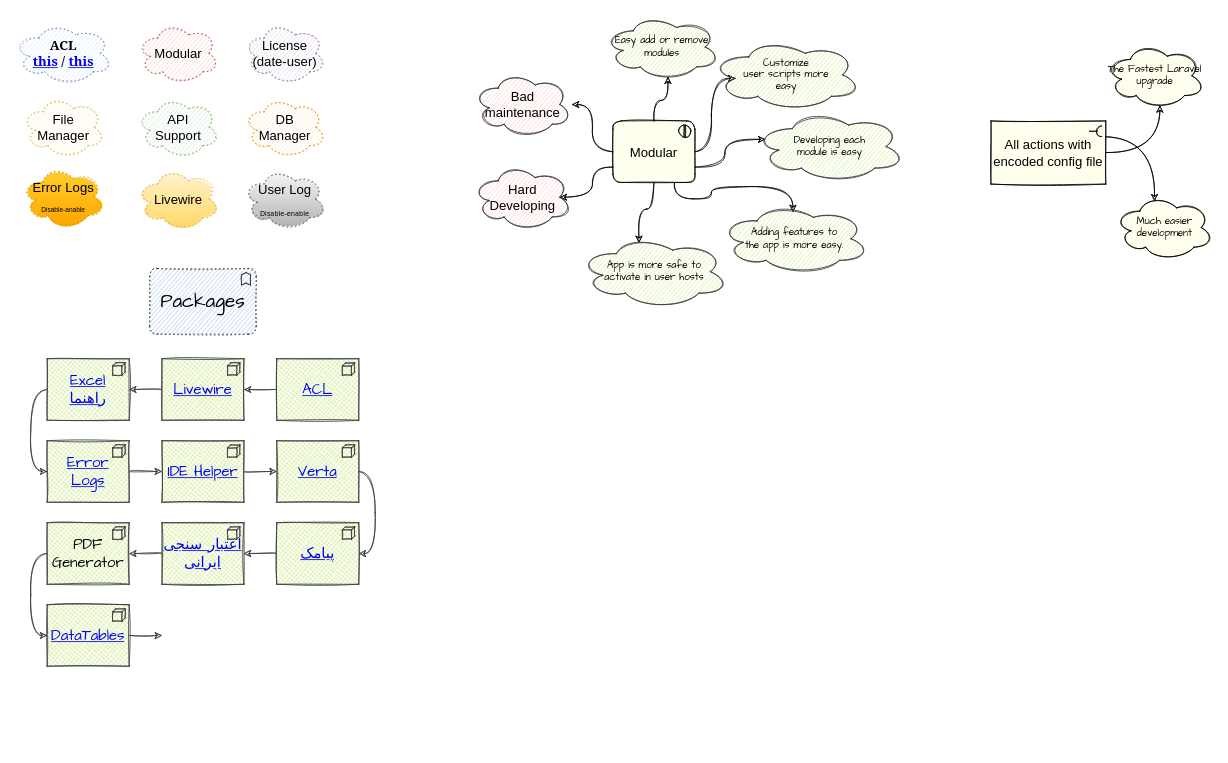
Earlier version of the draw.io diagram page "New App Requirments" (1 of 3) of FishHoghoghy.drawio (masoodvahid/flowcharts). Source tidied: cells renumbered, new cells numbered last; positions are measured from the earlier drawing's top-left corner, leaving out a move shared by most shapes. Both pictures are drawn from the tidied source at 82%, with x=0, y=0 at pixel (14, 14).
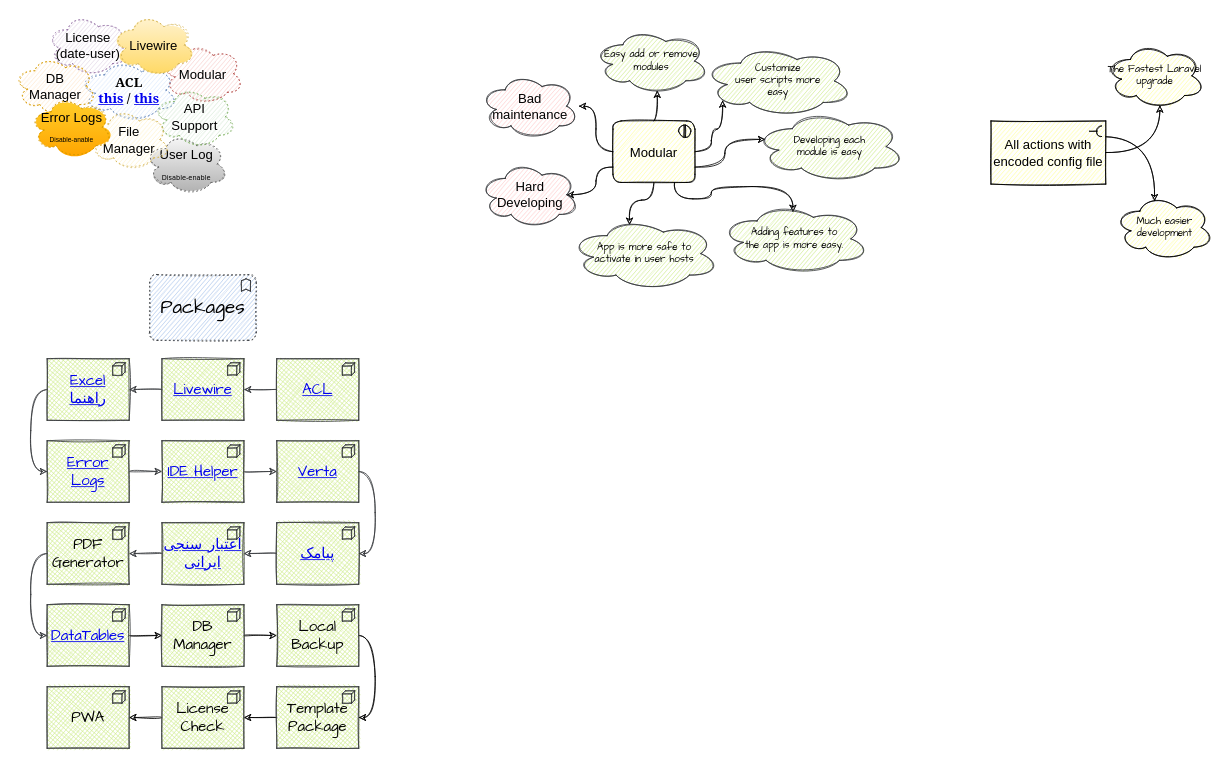
The same page after the edit.

The change refers to these unchanged cells:
```xml
<mxCell id="18" value="Modular" style="html=1;outlineConnect=0;whiteSpace=wrap;fillColor=#ffff99;shape=mxgraph.archimate.business;busType=interaction;fontSize=16;sketch=1;" parent="1" vertex="1">
  <mxGeometry x="730" y="130" width="100" height="75" as="geometry" />
</mxCell>
<mxCell id="50" value="&lt;a href=&quot;https://github.com/yajra/laravel-datatables&quot;&gt;DataTables&lt;/a&gt;" style="html=1;outlineConnect=0;whiteSpace=wrap;shape=mxgraph.archimate.application;appType=node;sketch=1;fontFamily=Comic Sans MS;fontSize=18;labelBorderColor=none;fillStyle=cross-hatch;fillColor=#cdeb8b;strokeColor=#36393d;" parent="1" vertex="1">
  <mxGeometry x="40" y="720" width="100" height="75" as="geometry" />
</mxCell>
```

Diff of the diagram source:
```diff
@@
     <mxCell id="2" value="&lt;div&gt;&lt;font style=&quot;font-size: 16px&quot; face=&quot;Georgia&quot;&gt;&lt;b&gt;ACL&lt;br&gt;&lt;a href=&quot;https://github.com/spatie/laravel-permission&quot;&gt;this&lt;/a&gt; / &lt;a href=&quot;https://github.com/JosephSilber/bouncer&quot;&gt;this&lt;/a&gt;&lt;br&gt;&lt;/b&gt;&lt;/font&gt;&lt;/div&gt;" style="fillColor=#dae8fc;whiteSpace=wrap;shape=cloud;html=1;strokeColor=#6c8ebf;sketch=1;dashed=1;dashPattern=1 4;" parent="1" vertex="1">
-      <mxGeometry y="10" width="120" height="75" as="geometry" />
+      <mxGeometry x="80" y="55" width="120" height="75" as="geometry" />
     </mxCell>
     <mxCell id="3" value="&lt;div style=&quot;font-size: 16px;&quot;&gt;Modular&lt;/div&gt;" style="fillColor=#f8cecc;whiteSpace=wrap;shape=cloud;html=1;strokeColor=#b85450;fontSize=16;sketch=1;dashed=1;dashPattern=1 4;" parent="1" vertex="1">
-      <mxGeometry x="150" y="10" width="100" height="75" as="geometry" />
+      <mxGeometry x="180" y="35" width="100" height="75" as="geometry" />
     </mxCell>
     <mxCell id="4" value="License&lt;br&gt;(date-user)" style="fillColor=#e1d5e7;whiteSpace=wrap;shape=cloud;html=1;strokeColor=#9673a6;fontSize=16;sketch=1;dashed=1;dashPattern=1 4;" parent="1" vertex="1">
-      <mxGeometry x="280" y="10" width="100" height="75" as="geometry" />
+      <mxGeometry x="40" width="100" height="75" as="geometry" />
     </mxCell>
     <mxCell id="5" value="User Log&lt;sub&gt;&lt;font face=&quot;Verdana&quot;&gt; &lt;/font&gt;&lt;/sub&gt;&lt;font style=&quot;font-size: 8px&quot; face=&quot;Verdana&quot;&gt;&lt;sub&gt;&lt;font style=&quot;font-size: 8px&quot;&gt;Disable-enable&lt;/font&gt;&lt;/sub&gt;&lt;/font&gt;" style="fillColor=#f5f5f5;whiteSpace=wrap;shape=cloud;html=1;strokeColor=#666666;fontSize=16;gradientColor=#b3b3b3;sketch=1;dashed=1;dashPattern=1 4;" parent="1" vertex="1">
-      <mxGeometry x="280" y="188" width="100" height="75" as="geometry" />
+      <mxGeometry x="160" y="145" width="100" height="75" as="geometry" />
     </mxCell>
     <mxCell id="6" value="API &lt;br&gt;Support" style="fillColor=#d5e8d4;whiteSpace=wrap;shape=cloud;html=1;strokeColor=#82b366;fontSize=16;sketch=1;dashed=1;dashPattern=1 4;" parent="1" vertex="1">
-      <mxGeometry x="150" y="100" width="100" height="75" as="geometry" />
+      <mxGeometry x="170" y="87.5" width="100" height="75" as="geometry" />
     </mxCell>
     <mxCell id="7" value="File &lt;br&gt;Manager" style="fillColor=#fff2cc;whiteSpace=wrap;shape=cloud;html=1;strokeColor=#d6b656;fontSize=16;sketch=1;dashed=1;dashPattern=1 4;" parent="1" vertex="1">
-      <mxGeometry x="10" y="100" width="100" height="75" as="geometry" />
+      <mxGeometry x="90" y="115" width="100" height="75" as="geometry" />
     </mxCell>
     <mxCell id="8" value="DB &lt;br&gt;Manager" style="fillColor=#ffe6cc;whiteSpace=wrap;shape=cloud;html=1;strokeColor=#d79b00;fontSize=16;sketch=1;dashed=1;dashPattern=1 4;" parent="1" vertex="1">
-      <mxGeometry x="280" y="100" width="100" height="75" as="geometry" />
+      <mxGeometry y="50" width="100" height="75" as="geometry" />
     </mxCell>
     <mxCell id="9" value="Livewire" style="whiteSpace=wrap;shape=cloud;html=1;fontSize=16;fillColor=#fff2cc;strokeColor=#d6b656;gradientColor=#ffd966;sketch=1;dashed=1;dashPattern=1 4;" parent="1" vertex="1">
-      <mxGeometry x="150" y="188" width="100" height="75" as="geometry" />
+      <mxGeometry x="120" width="100" height="75" as="geometry" />
     </mxCell>
     <mxCell id="10" value="Error Logs&lt;div&gt;&lt;sub&gt;&lt;font style=&quot;font-size: 8px&quot;&gt;Disable-anable&lt;/font&gt;&lt;/sub&gt;&lt;/div&gt;" style="fillColor=#ffcd28;whiteSpace=wrap;shape=cloud;html=1;strokeColor=#d79b00;fontSize=16;gradientColor=#ffa500;sketch=1;dashed=1;dashPattern=1 4;" parent="1" vertex="1">
-      <mxGeometry x="10" y="185.5" width="100" height="75" as="geometry" />
+      <mxGeometry x="20" y="100" width="100" height="75" as="geometry" />
     </mxCell>
-    <mxCell id="11" style="edgeStyle=orthogonalEdgeStyle;curved=1;jettySize=auto;html=1;entryX=0.16;entryY=0.55;entryDx=0;entryDy=0;entryPerimeter=0;fontSize=12;fontFamily=Comic Sans MS;sketch=1;" parent="1" edge="1" source="18" target="23">
+    <mxCell id="11" style="edgeStyle=orthogonalEdgeStyle;curved=1;jettySize=auto;html=1;entryX=0.13;entryY=0.77;entryDx=0;entryDy=0;entryPerimeter=0;fontSize=12;fontFamily=Comic Sans MS;sketch=1;" parent="1" edge="1" source="18" target="23">
       <mxGeometry relative="1" as="geometry">
         <Array as="points">
           <mxPoint x="850" y="168" />
-          <mxPoint x="850" y="78" />
+          <mxPoint x="850" y="140" />
+          <mxPoint x="864" y="140" />
         </Array>
       </mxGeometry>
     </mxCell>
@@
     <mxCell id="22" value="Easy add or remove modules" style="ellipse;shape=cloud;whiteSpace=wrap;html=1;fontSize=12;fillColor=#cdeb8b;sketch=1;strokeColor=#36393d;fontFamily=Comic Sans MS;" parent="1" vertex="1">
-      <mxGeometry x="720" width="140" height="80" as="geometry" />
+      <mxGeometry x="707" y="17" width="140" height="80" as="geometry" />
     </mxCell>
     <mxCell id="23" value="&lt;div style=&quot;font-size: 12px;&quot;&gt;Customize &lt;br style=&quot;font-size: 12px;&quot;&gt;&lt;/div&gt;&lt;div style=&quot;font-size: 12px;&quot;&gt;user scripts more&lt;/div&gt;&lt;div style=&quot;font-size: 12px;&quot;&gt; easy &lt;/div&gt;" style="ellipse;shape=cloud;whiteSpace=wrap;html=1;fontSize=12;fillColor=#cdeb8b;sketch=1;strokeColor=#36393d;fontFamily=Comic Sans MS;" parent="1" vertex="1">
-      <mxGeometry x="850" y="30" width="183" height="87.5" as="geometry" />
+      <mxGeometry x="840" y="37.5" width="183" height="87.5" as="geometry" />
     </mxCell>
@@
     <mxCell id="26" value="Bad maintenance" style="ellipse;shape=cloud;whiteSpace=wrap;html=1;fontSize=16;fillColor=#ffcccc;strokeColor=#36393d;sketch=1;" parent="1" vertex="1">
-      <mxGeometry x="560" y="70" width="120" height="80" as="geometry" />
+      <mxGeometry x="568.5" y="72" width="120" height="80" as="geometry" />
     </mxCell>
     <mxCell id="27" value="&lt;div&gt;Hard &lt;br&gt;&lt;/div&gt;&lt;div&gt;Developing&lt;br&gt;&lt;/div&gt;" style="ellipse;shape=cloud;whiteSpace=wrap;html=1;fontSize=16;fillColor=#ffcccc;strokeColor=#36393d;sketch=1;" parent="1" vertex="1">
-      <mxGeometry x="560" y="183" width="120" height="80" as="geometry" />
+      <mxGeometry x="568.5" y="180" width="120" height="80" as="geometry" />
     </mxCell>
     <mxCell id="28" value="App is more safe to&lt;br&gt; activate in user hosts" style="ellipse;shape=cloud;whiteSpace=wrap;html=1;fontSize=12;fillColor=#cdeb8b;sketch=1;strokeColor=#36393d;fontFamily=Comic Sans MS;gradientDirection=east;" parent="1" vertex="1">
-      <mxGeometry x="688.5" y="270" width="183" height="87.5" as="geometry" />
+      <mxGeometry x="677" y="248" width="183" height="87.5" as="geometry" />
     </mxCell>
@@
-    <mxCell id="49" style="edgeStyle=orthogonalEdgeStyle;curved=1;sketch=1;jettySize=auto;html=1;fontFamily=Comic Sans MS;fontSize=23;fillColor=#cdeb8b;strokeColor=#36393d;" parent="1" edge="1" source="50">
-      <mxGeometry relative="1" as="geometry">
-        <mxPoint x="180" y="757.5" as="targetPoint" />
-      </mxGeometry>
-    </mxCell>
+    <mxCell id="52" style="edgeStyle=orthogonalEdgeStyle;jettySize=auto;html=1;curved=1;sketch=1;" parent="1" edge="1" source="50" target="58">
+      <mxGeometry relative="1" as="geometry" />
+    </mxCell>
@@
     <mxCell id="51" value="&lt;div style=&quot;font-size: 23px;&quot;&gt;Packages&lt;/div&gt;" style="html=1;whiteSpace=wrap;shape=mxgraph.archimate.business;busType=function;dashed=1;dashPattern=1 4;sketch=1;fontFamily=Comic Sans MS;fontSize=23;strokeColor=#36393d;labelBorderColor=none;labelBackgroundColor=none;shadow=0;fillStyle=hachure;fillColor=#A9C4EB;" parent="1" vertex="1">
-      <mxGeometry x="165" y="310" width="130" height="80" as="geometry" />
+      <mxGeometry x="165" y="317.5" width="130" height="80" as="geometry" />
     </mxCell>
+    <mxCell id="53" style="edgeStyle=orthogonalEdgeStyle;rounded=0;jettySize=auto;html=1;sketch=1;" parent="1" edge="1" source="54" target="56">
+      <mxGeometry relative="1" as="geometry" />
+    </mxCell>
+    <mxCell id="54" value="Template Package" style="html=1;outlineConnect=0;whiteSpace=wrap;shape=mxgraph.archimate.application;appType=node;sketch=1;fontFamily=Comic Sans MS;fontSize=18;labelBorderColor=none;fillStyle=cross-hatch;fillColor=#cdeb8b;strokeColor=#36393d;" parent="1" vertex="1">
+      <mxGeometry x="320" y="820" width="100" height="75" as="geometry" />
+    </mxCell>
+    <mxCell id="55" style="edgeStyle=orthogonalEdgeStyle;curved=1;sketch=1;jettySize=auto;html=1;" parent="1" edge="1" source="56" target="61">
+      <mxGeometry relative="1" as="geometry" />
+    </mxCell>
+    <mxCell id="56" value="License Check" style="html=1;outlineConnect=0;whiteSpace=wrap;shape=mxgraph.archimate.application;appType=node;sketch=1;fontFamily=Comic Sans MS;fontSize=18;labelBorderColor=none;fillStyle=cross-hatch;fillColor=#cdeb8b;strokeColor=#36393d;" parent="1" vertex="1">
+      <mxGeometry x="180" y="820" width="100" height="75" as="geometry" />
+    </mxCell>
+    <mxCell id="57" style="edgeStyle=orthogonalEdgeStyle;jettySize=auto;html=1;curved=1;sketch=1;" parent="1" edge="1" source="58" target="60">
+      <mxGeometry relative="1" as="geometry" />
+    </mxCell>
+    <mxCell id="58" value="DB Manager" style="html=1;outlineConnect=0;whiteSpace=wrap;shape=mxgraph.archimate.application;appType=node;sketch=1;fontFamily=Comic Sans MS;fontSize=18;labelBorderColor=none;fillStyle=cross-hatch;fillColor=#cdeb8b;strokeColor=#36393d;" parent="1" vertex="1">
+      <mxGeometry x="180" y="720" width="100" height="75" as="geometry" />
+    </mxCell>
+    <mxCell id="59" style="edgeStyle=orthogonalEdgeStyle;curved=1;sketch=1;jettySize=auto;html=1;exitX=1;exitY=0.5;exitDx=0;exitDy=0;exitPerimeter=0;entryX=1;entryY=0.5;entryDx=0;entryDy=0;entryPerimeter=0;" parent="1" edge="1" source="60" target="54">
+      <mxGeometry relative="1" as="geometry" />
+    </mxCell>
+    <mxCell id="60" value="&lt;div&gt;Local Backup&lt;/div&gt;" style="html=1;outlineConnect=0;whiteSpace=wrap;shape=mxgraph.archimate.application;appType=node;sketch=1;fontFamily=Comic Sans MS;fontSize=18;labelBorderColor=none;fillStyle=cross-hatch;fillColor=#cdeb8b;strokeColor=#36393d;" parent="1" vertex="1">
+      <mxGeometry x="320" y="720" width="100" height="75" as="geometry" />
+    </mxCell>
+    <mxCell id="61" value="PWA" style="html=1;outlineConnect=0;whiteSpace=wrap;shape=mxgraph.archimate.application;appType=node;sketch=1;fontFamily=Comic Sans MS;fontSize=18;labelBorderColor=none;fillStyle=cross-hatch;fillColor=#cdeb8b;strokeColor=#36393d;" parent="1" vertex="1">
+      <mxGeometry x="40" y="820" width="100" height="75" as="geometry" />
+    </mxCell>
```
